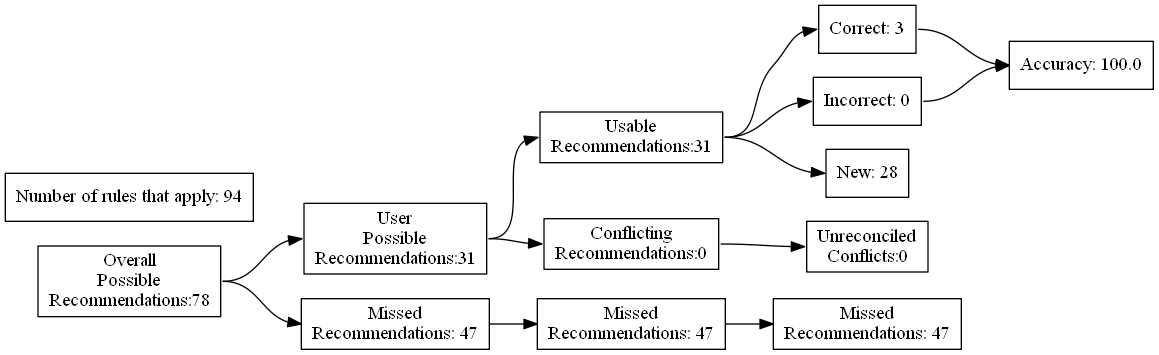
Before: test_renders/35.gv.png, a diagram exported from Graphviz (ZaxR/ibd_diet_analysis). Its source is kept beside it as test_renders/35.gv. The source it was exported from:
```dot
digraph {
	graph [rankdir=LR]
	node [pos=r shape=box]
	edge [headport=w tailport=e]
		A [label="Overall
Possible
Recommendations:78"]
		B [label="User
Possible
Recommendations:31"]
		C [label="Missed
Recommendations: 47"]
		D [label="Usable
Recommendations:31"]
		E [label="Conflicting
Recommendations:0"]
		J [label="Missed
Recommendations: 47"]
		M [label="Unreconciled
Conflicts:0"]
		F [label="Correct: 3"]
		G [label="Incorrect: 0"]
		H [label="New: 28"]
		K [label="Missed
Recommendations: 47"]
		I [label="Accuracy: 100.0"]
		l [label="Number of rules that apply: 94"]
			A -> B
			A -> C
			B -> D
			B -> E
			D -> F
			D -> G
			D -> H
			F -> I
			G -> I
			C -> J
			J -> K
			E -> M
}
```
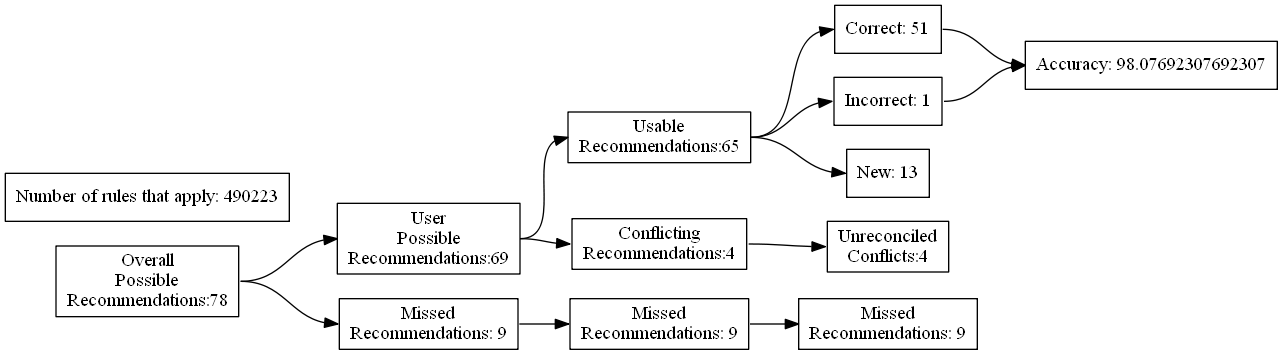
Above is the later version.

Change to the diagram source:
```diff
@@ -7,24 +7,24 @@
 Recommendations:78"]
 		B [label="User
 Possible
-Recommendations:31"]
+Recommendations:69"]
 		C [label="Missed
-Recommendations: 47"]
+Recommendations: 9"]
 		D [label="Usable
-Recommendations:31"]
+Recommendations:65"]
 		E [label="Conflicting
-Recommendations:0"]
+Recommendations:4"]
 		J [label="Missed
-Recommendations: 47"]
+Recommendations: 9"]
 		M [label="Unreconciled
-Conflicts:0"]
-		F [label="Correct: 3"]
-		G [label="Incorrect: 0"]
-		H [label="New: 28"]
+Conflicts:4"]
+		F [label="Correct: 51"]
+		G [label="Incorrect: 1"]
+		H [label="New: 13"]
 		K [label="Missed
-Recommendations: 47"]
-		I [label="Accuracy: 100.0"]
-		l [label="Number of rules that apply: 94"]
+Recommendations: 9"]
+		I [label="Accuracy: 98.07692307692307"]
+		l [label="Number of rules that apply: 490223"]
 			A -> B
 			A -> C
 			B -> D
```
